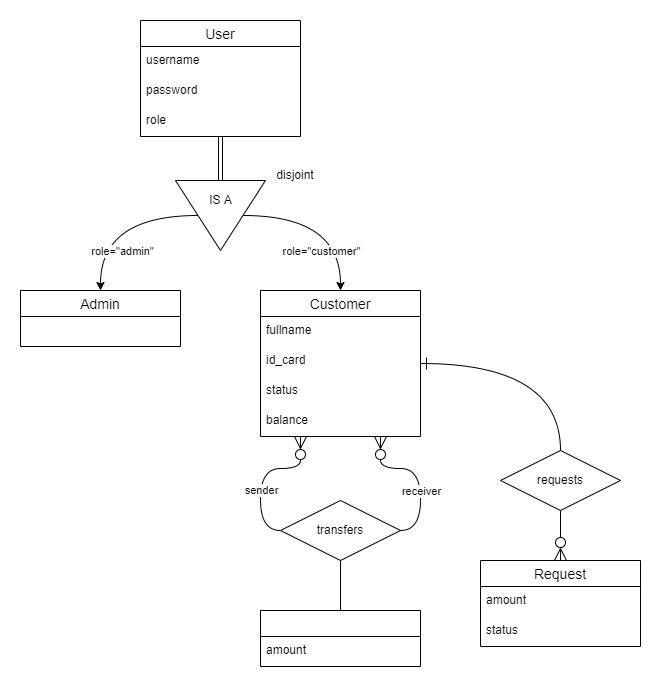
Earlier version of the draw.io export docs/schema.png (hilyafadhilah/bnmofin-api). Source tidied: cells renumbered, new cells last; positions are measured from the earlier drawing's top-left corner, leaving out a move shared by most shapes. Source of this version:
```xml
<mxGraphModel>
  <root>
    <mxCell id="0" />
    <mxCell id="1" parent="0" />
    <mxCell id="2" style="edgeStyle=orthogonalEdgeStyle;rounded=0;jettySize=auto;html=1;shape=link;entryX=0.5;entryY=1;entryDx=0;entryDy=0;entryPerimeter=0;" parent="1" edge="1" source="3" target="32">
      <mxGeometry relative="1" as="geometry" />
    </mxCell>
    <mxCell id="3" value="User" style="swimlane;fontStyle=0;horizontal=1;startSize=26;align=center;fontSize=14;" parent="1" vertex="1">
      <mxGeometry x="120" width="160" height="116" as="geometry" />
    </mxCell>
    <mxCell id="4" value="username" style="text;strokeColor=none;fillColor=none;spacingLeft=4;spacingRight=4;overflow=hidden;fontSize=12;" parent="3" vertex="1">
      <mxGeometry y="26" width="160" height="30" as="geometry" />
    </mxCell>
    <mxCell id="5" value="password" style="text;strokeColor=none;fillColor=none;spacingLeft=4;spacingRight=4;overflow=hidden;fontSize=12;" parent="3" vertex="1">
      <mxGeometry y="56" width="160" height="30" as="geometry" />
    </mxCell>
    <mxCell id="6" value="role" style="text;strokeColor=none;fillColor=none;spacingLeft=4;spacingRight=4;overflow=hidden;fontSize=12;rounded=0;shadow=0;glass=0;sketch=0;" parent="3" vertex="1">
      <mxGeometry y="86" width="160" height="30" as="geometry" />
    </mxCell>
    <mxCell id="7" style="edgeStyle=orthogonalEdgeStyle;rounded=0;jettySize=auto;html=1;entryX=0.5;entryY=0;entryDx=0;entryDy=0;curved=1;endArrow=none;endFill=0;startArrow=ERone;startFill=0;targetPerimeterSpacing=0;sourcePerimeterSpacing=0;startSize=10;endSize=10;" parent="1" edge="1" source="8" target="19">
      <mxGeometry relative="1" as="geometry" />
    </mxCell>
    <mxCell id="8" value="Customer" style="swimlane;fontStyle=0;horizontal=1;startSize=26;align=center;fontSize=14;" parent="1" vertex="1">
      <mxGeometry x="240" y="270" width="160" height="146" as="geometry" />
    </mxCell>
    <mxCell id="9" value="fullname" style="text;strokeColor=none;fillColor=none;spacingLeft=4;spacingRight=4;overflow=hidden;points=[[0,0.5],[1,0.5]];portConstraint=eastwest;fontSize=12;" parent="8" vertex="1">
      <mxGeometry y="26" width="160" height="30" as="geometry" />
    </mxCell>
    <mxCell id="10" value="id_card" style="text;strokeColor=none;fillColor=none;spacingLeft=4;spacingRight=4;overflow=hidden;fontSize=12;" parent="8" vertex="1">
      <mxGeometry y="56" width="160" height="30" as="geometry" />
    </mxCell>
    <mxCell id="11" value="status" style="text;strokeColor=none;fillColor=none;spacingLeft=4;spacingRight=4;overflow=hidden;fontSize=12;" parent="8" vertex="1">
      <mxGeometry y="86" width="160" height="30" as="geometry" />
    </mxCell>
    <mxCell id="12" value="balance" style="text;strokeColor=none;fillColor=none;spacingLeft=4;spacingRight=4;overflow=hidden;points=[[0,0.5],[1,0.5]];portConstraint=eastwest;fontSize=12;rounded=0;shadow=0;glass=0;sketch=0;" parent="8" vertex="1">
      <mxGeometry y="116" width="160" height="30" as="geometry" />
    </mxCell>
    <mxCell id="13" value="Admin" style="swimlane;fontStyle=0;horizontal=1;startSize=26;align=center;fontSize=14;" parent="1" vertex="1">
      <mxGeometry y="270" width="160" height="56" as="geometry" />
    </mxCell>
    <mxCell id="14" style="rounded=0;jettySize=auto;html=1;entryX=0.5;entryY=0;entryDx=0;entryDy=0;edgeStyle=orthogonalEdgeStyle;curved=1;exitX=0;exitY=0;exitDx=67.5;exitDy=35.00000000000001;exitPerimeter=0;" parent="1" edge="1" source="32" target="13">
      <mxGeometry relative="1" as="geometry">
        <Array as="points">
          <mxPoint x="80" y="195" />
        </Array>
      </mxGeometry>
    </mxCell>
    <mxCell id="15" value="role=&quot;admin&quot;" style="edgeLabel;html=1;align=center;verticalAlign=middle;" parent="14" vertex="1">
      <mxGeometry x="-0.12" y="15" relative="1" as="geometry">
        <mxPoint y="20" as="offset" />
      </mxGeometry>
    </mxCell>
    <mxCell id="16" style="edgeStyle=orthogonalEdgeStyle;rounded=0;jettySize=auto;html=1;curved=1;entryX=0.5;entryY=0;entryDx=0;entryDy=0;exitX=0;exitY=0;exitDx=22.5;exitDy=35.00000000000001;exitPerimeter=0;" parent="1" edge="1" source="32" target="8">
      <mxGeometry relative="1" as="geometry">
        <Array as="points">
          <mxPoint x="320" y="195" />
        </Array>
      </mxGeometry>
    </mxCell>
    <mxCell id="17" value="role=&quot;customer&quot;" style="edgeLabel;html=1;align=center;verticalAlign=middle;" parent="16" vertex="1">
      <mxGeometry x="-0.28" y="-10" relative="1" as="geometry">
        <mxPoint x="16" y="25" as="offset" />
      </mxGeometry>
    </mxCell>
    <mxCell id="18" style="edgeStyle=orthogonalEdgeStyle;rounded=0;jettySize=auto;html=1;entryX=0.5;entryY=0;entryDx=0;entryDy=0;exitX=0.5;exitY=1;exitDx=0;exitDy=0;curved=1;endArrow=ERzeroToMany;endFill=0;endSize=10;startSize=10;" parent="1" edge="1" source="19" target="26">
      <mxGeometry relative="1" as="geometry" />
    </mxCell>
    <mxCell id="19" value="requests" style="shape=rhombus;perimeter=rhombusPerimeter;whiteSpace=wrap;html=1;align=center;" parent="1" vertex="1">
      <mxGeometry x="480" y="430" width="120" height="60" as="geometry" />
    </mxCell>
    <mxCell id="20" style="edgeStyle=orthogonalEdgeStyle;rounded=0;jettySize=auto;html=1;entryX=0.25;entryY=1;entryDx=0;entryDy=0;exitX=0;exitY=0.5;exitDx=0;exitDy=0;curved=1;endArrow=ERzeroToMany;endFill=0;endSize=10;startSize=10;" parent="1" edge="1" source="25" target="8">
      <mxGeometry relative="1" as="geometry" />
    </mxCell>
    <mxCell id="21" value="sender" style="edgeLabel;html=1;align=center;verticalAlign=middle;" parent="20" vertex="1">
      <mxGeometry x="-0.06" y="-7" relative="1" as="geometry">
        <mxPoint x="-7" y="12" as="offset" />
      </mxGeometry>
    </mxCell>
    <mxCell id="22" style="edgeStyle=orthogonalEdgeStyle;rounded=0;jettySize=auto;html=1;entryX=0.75;entryY=1;entryDx=0;entryDy=0;exitX=1;exitY=0.5;exitDx=0;exitDy=0;curved=1;endArrow=ERzeroToMany;endFill=0;endSize=10;startSize=10;" parent="1" edge="1" source="25" target="8">
      <mxGeometry relative="1" as="geometry" />
    </mxCell>
    <mxCell id="23" value="receiver" style="edgeLabel;html=1;align=center;verticalAlign=middle;" parent="22" vertex="1">
      <mxGeometry x="-0.14" y="3" relative="1" as="geometry">
        <mxPoint x="3" y="6" as="offset" />
      </mxGeometry>
    </mxCell>
    <mxCell id="24" style="edgeStyle=orthogonalEdgeStyle;rounded=0;jettySize=auto;html=1;entryX=0.5;entryY=0;entryDx=0;entryDy=0;endArrow=none;endFill=0;" parent="1" edge="1" source="25" target="29">
      <mxGeometry relative="1" as="geometry" />
    </mxCell>
    <mxCell id="25" value="transfers" style="shape=rhombus;perimeter=rhombusPerimeter;whiteSpace=wrap;html=1;align=center;strokeColor=default;" parent="1" vertex="1">
      <mxGeometry x="260" y="480" width="120" height="60" as="geometry" />
    </mxCell>
    <mxCell id="26" value="Request" style="swimlane;fontStyle=0;horizontal=1;startSize=26;align=center;fontSize=14;" parent="1" vertex="1">
      <mxGeometry x="460" y="540" width="160" height="86" as="geometry" />
    </mxCell>
    <mxCell id="27" value="amount" style="text;strokeColor=none;fillColor=none;spacingLeft=4;spacingRight=4;overflow=hidden;points=[[0,0.5],[1,0.5]];portConstraint=eastwest;fontSize=12;" parent="26" vertex="1">
      <mxGeometry y="26" width="160" height="30" as="geometry" />
    </mxCell>
    <mxCell id="28" value="status" style="text;strokeColor=none;fillColor=none;spacingLeft=4;spacingRight=4;overflow=hidden;fontSize=12;" parent="26" vertex="1">
      <mxGeometry y="56" width="160" height="30" as="geometry" />
    </mxCell>
    <mxCell id="29" style="swimlane;fontStyle=0;horizontal=1;startSize=26;align=center;fontSize=14;rounded=0;shadow=0;glass=0;sketch=0;strokeColor=default;" parent="1" vertex="1">
      <mxGeometry x="240" y="590" width="160" height="56" as="geometry" />
    </mxCell>
    <mxCell id="30" value="amount" style="text;strokeColor=none;fillColor=none;spacingLeft=4;spacingRight=4;overflow=hidden;fontSize=12;rounded=0;shadow=0;glass=0;sketch=0;" parent="29" vertex="1">
      <mxGeometry y="26" width="160" height="30" as="geometry" />
    </mxCell>
    <mxCell id="31" style="group;" parent="1" vertex="1">
      <mxGeometry x="155" y="160" width="90" height="70" as="geometry" />
    </mxCell>
    <mxCell id="32" style="verticalLabelPosition=bottom;verticalAlign=top;html=1;shape=mxgraph.basic.acute_triangle;dx=0.5;rotation=-180;" parent="31" vertex="1">
      <mxGeometry width="90" height="70" as="geometry" />
    </mxCell>
    <mxCell id="33" value="IS A" style="text;html=1;align=center;verticalAlign=middle;strokeColor=none;fillColor=none;" parent="31" vertex="1">
      <mxGeometry x="25" y="10" width="40" height="20" as="geometry" />
    </mxCell>
    <mxCell id="34" value="disjoint" style="text;html=1;strokeColor=none;fillColor=none;align=center;verticalAlign=middle;whiteSpace=wrap;rounded=0;shadow=0;glass=0;sketch=0;" parent="1" vertex="1">
      <mxGeometry x="245" y="140" width="60" height="30" as="geometry" />
    </mxCell>
  </root>
</mxGraphModel>
```
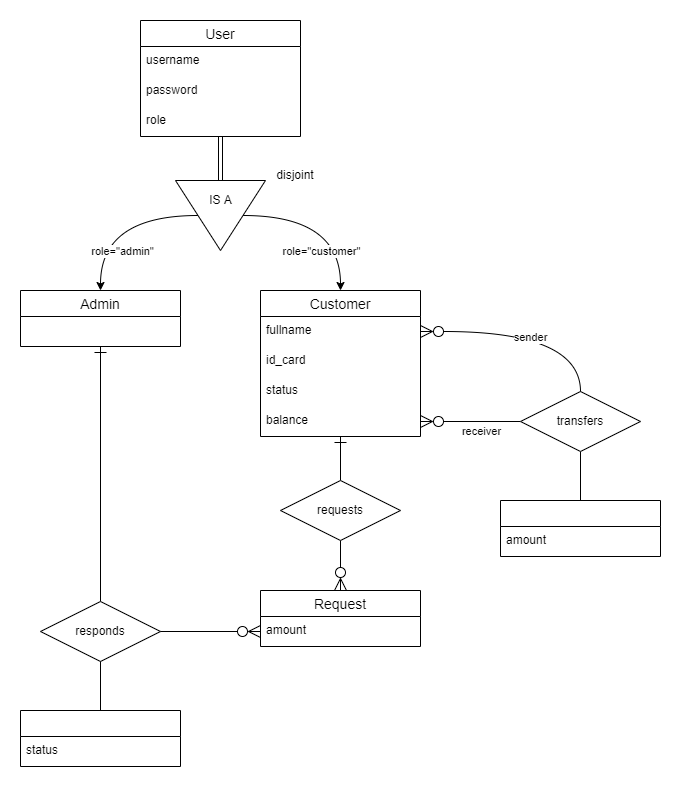
The same diagram one commit later.

What changed in the source:
```diff
@@ -35,6 +35,9 @@
     <mxCell id="12" value="balance" style="text;strokeColor=none;fillColor=none;spacingLeft=4;spacingRight=4;overflow=hidden;points=[[0,0.5],[1,0.5]];portConstraint=eastwest;fontSize=12;rounded=0;shadow=0;glass=0;sketch=0;" parent="8" vertex="1">
       <mxGeometry y="116" width="160" height="30" as="geometry" />
     </mxCell>
+    <mxCell id="35" style="edgeStyle=orthogonalEdgeStyle;rounded=0;jettySize=auto;html=1;exitX=0.5;exitY=1;exitDx=0;exitDy=0;entryX=0.5;entryY=0;entryDx=0;entryDy=0;endArrow=none;endFill=0;endSize=10;startSize=10;startArrow=ERone;startFill=0;" parent="1" edge="1" source="13" target="36">
+      <mxGeometry relative="1" as="geometry" />
+    </mxCell>
     <mxCell id="13" value="Admin" style="swimlane;fontStyle=0;horizontal=1;startSize=26;align=center;fontSize=14;" parent="1" vertex="1">
       <mxGeometry y="270" width="160" height="56" as="geometry" />
     </mxCell>
@@ -66,9 +69,9 @@
       <mxGeometry relative="1" as="geometry" />
     </mxCell>
     <mxCell id="19" value="requests" style="shape=rhombus;perimeter=rhombusPerimeter;whiteSpace=wrap;html=1;align=center;" parent="1" vertex="1">
-      <mxGeometry x="480" y="430" width="120" height="60" as="geometry" />
+      <mxGeometry x="260" y="460" width="120" height="60" as="geometry" />
     </mxCell>
-    <mxCell id="20" style="edgeStyle=orthogonalEdgeStyle;rounded=0;jettySize=auto;html=1;entryX=0.25;entryY=1;entryDx=0;entryDy=0;exitX=0;exitY=0.5;exitDx=0;exitDy=0;curved=1;endArrow=ERzeroToMany;endFill=0;endSize=10;startSize=10;" parent="1" edge="1" source="25" target="8">
+    <mxCell id="20" style="edgeStyle=orthogonalEdgeStyle;rounded=0;jettySize=auto;html=1;exitX=0.5;exitY=0;exitDx=0;exitDy=0;curved=1;endArrow=ERzeroToMany;endFill=0;endSize=10;startSize=10;entryX=1;entryY=0.5;entryDx=0;entryDy=0;" parent="1" edge="1" source="25" target="9">
       <mxGeometry relative="1" as="geometry" />
     </mxCell>
     <mxCell id="21" value="sender" style="edgeLabel;html=1;align=center;verticalAlign=middle;" parent="20" vertex="1">
@@ -76,7 +79,7 @@
         <mxPoint x="-7" y="12" as="offset" />
       </mxGeometry>
     </mxCell>
-    <mxCell id="22" style="edgeStyle=orthogonalEdgeStyle;rounded=0;jettySize=auto;html=1;entryX=0.75;entryY=1;entryDx=0;entryDy=0;exitX=1;exitY=0.5;exitDx=0;exitDy=0;curved=1;endArrow=ERzeroToMany;endFill=0;endSize=10;startSize=10;" parent="1" edge="1" source="25" target="8">
+    <mxCell id="22" style="edgeStyle=orthogonalEdgeStyle;rounded=0;jettySize=auto;html=1;entryX=1;entryY=0.5;entryDx=0;entryDy=0;exitX=0;exitY=0.5;exitDx=0;exitDy=0;curved=1;endArrow=ERzeroToMany;endFill=0;endSize=10;startSize=10;" parent="1" edge="1" source="25" target="12">
       <mxGeometry relative="1" as="geometry" />
     </mxCell>
     <mxCell id="23" value="receiver" style="edgeLabel;html=1;align=center;verticalAlign=middle;" parent="22" vertex="1">
@@ -84,23 +87,20 @@
         <mxPoint x="3" y="6" as="offset" />
       </mxGeometry>
     </mxCell>
-    <mxCell id="24" style="edgeStyle=orthogonalEdgeStyle;rounded=0;jettySize=auto;html=1;entryX=0.5;entryY=0;entryDx=0;entryDy=0;endArrow=none;endFill=0;" parent="1" edge="1" source="25" target="29">
+    <mxCell id="24" style="edgeStyle=orthogonalEdgeStyle;rounded=0;jettySize=auto;html=1;entryX=0.5;entryY=0;entryDx=0;entryDy=0;endArrow=none;endFill=0;exitX=0.5;exitY=1;exitDx=0;exitDy=0;" parent="1" edge="1" source="25" target="29">
       <mxGeometry relative="1" as="geometry" />
     </mxCell>
     <mxCell id="25" value="transfers" style="shape=rhombus;perimeter=rhombusPerimeter;whiteSpace=wrap;html=1;align=center;strokeColor=default;" parent="1" vertex="1">
-      <mxGeometry x="260" y="480" width="120" height="60" as="geometry" />
+      <mxGeometry x="500" y="371" width="120" height="60" as="geometry" />
     </mxCell>
     <mxCell id="26" value="Request" style="swimlane;fontStyle=0;horizontal=1;startSize=26;align=center;fontSize=14;" parent="1" vertex="1">
-      <mxGeometry x="460" y="540" width="160" height="86" as="geometry" />
+      <mxGeometry x="240" y="570" width="160" height="56" as="geometry" />
     </mxCell>
     <mxCell id="27" value="amount" style="text;strokeColor=none;fillColor=none;spacingLeft=4;spacingRight=4;overflow=hidden;points=[[0,0.5],[1,0.5]];portConstraint=eastwest;fontSize=12;" parent="26" vertex="1">
       <mxGeometry y="26" width="160" height="30" as="geometry" />
     </mxCell>
-    <mxCell id="28" value="status" style="text;strokeColor=none;fillColor=none;spacingLeft=4;spacingRight=4;overflow=hidden;fontSize=12;" parent="26" vertex="1">
-      <mxGeometry y="56" width="160" height="30" as="geometry" />
-    </mxCell>
     <mxCell id="29" style="swimlane;fontStyle=0;horizontal=1;startSize=26;align=center;fontSize=14;rounded=0;shadow=0;glass=0;sketch=0;strokeColor=default;" parent="1" vertex="1">
-      <mxGeometry x="240" y="590" width="160" height="56" as="geometry" />
+      <mxGeometry x="480" y="480" width="160" height="56" as="geometry" />
     </mxCell>
     <mxCell id="30" value="amount" style="text;strokeColor=none;fillColor=none;spacingLeft=4;spacingRight=4;overflow=hidden;fontSize=12;rounded=0;shadow=0;glass=0;sketch=0;" parent="29" vertex="1">
       <mxGeometry y="26" width="160" height="30" as="geometry" />
@@ -117,5 +117,20 @@
     <mxCell id="34" value="disjoint" style="text;html=1;strokeColor=none;fillColor=none;align=center;verticalAlign=middle;whiteSpace=wrap;rounded=0;shadow=0;glass=0;sketch=0;" parent="1" vertex="1">
       <mxGeometry x="245" y="140" width="60" height="30" as="geometry" />
     </mxCell>
+    <mxCell id="36" value="responds" style="shape=rhombus;perimeter=rhombusPerimeter;whiteSpace=wrap;html=1;align=center;" parent="1" vertex="1">
+      <mxGeometry x="20" y="581" width="120" height="60" as="geometry" />
+    </mxCell>
+    <mxCell id="37" style="edgeStyle=orthogonalEdgeStyle;rounded=0;jettySize=auto;html=1;endArrow=none;endFill=0;startArrow=ERzeroToMany;startFill=0;startSize=10;endSize=10;" parent="1" edge="1" source="27" target="36">
+      <mxGeometry relative="1" as="geometry" />
+    </mxCell>
+    <mxCell id="38" style="edgeStyle=orthogonalEdgeStyle;rounded=0;jettySize=auto;html=1;entryX=0.5;entryY=1;entryDx=0;entryDy=0;endArrow=none;endFill=0;" parent="1" edge="1" source="39" target="36">
+      <mxGeometry relative="1" as="geometry" />
+    </mxCell>
+    <mxCell id="39" style="swimlane;fontStyle=0;horizontal=1;startSize=26;align=center;fontSize=14;rounded=0;shadow=0;glass=0;sketch=0;strokeColor=default;" parent="1" vertex="1">
+      <mxGeometry y="690" width="160" height="56" as="geometry" />
+    </mxCell>
+    <mxCell id="28" value="status" style="text;strokeColor=none;fillColor=none;spacingLeft=4;spacingRight=4;overflow=hidden;fontSize=12;rounded=0;shadow=0;glass=0;sketch=0;" parent="39" vertex="1">
+      <mxGeometry y="26" width="160" height="30" as="geometry" />
+    </mxCell>
   </root>
 </mxGraphModel>
```
